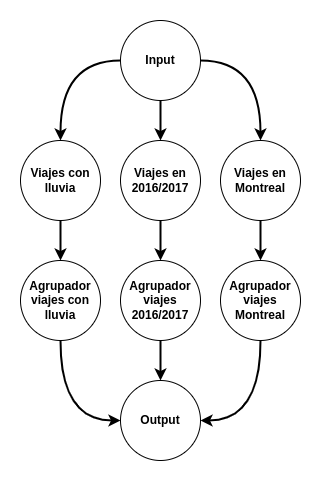
Before: informe/diagramas/DAG.png, a diagram exported from draw.io (fdelu/distribuidos-tp1). Source tidied: cells renumbered, new cells last; positions are measured from the earlier drawing's top-left corner, leaving out a move shared by most shapes.
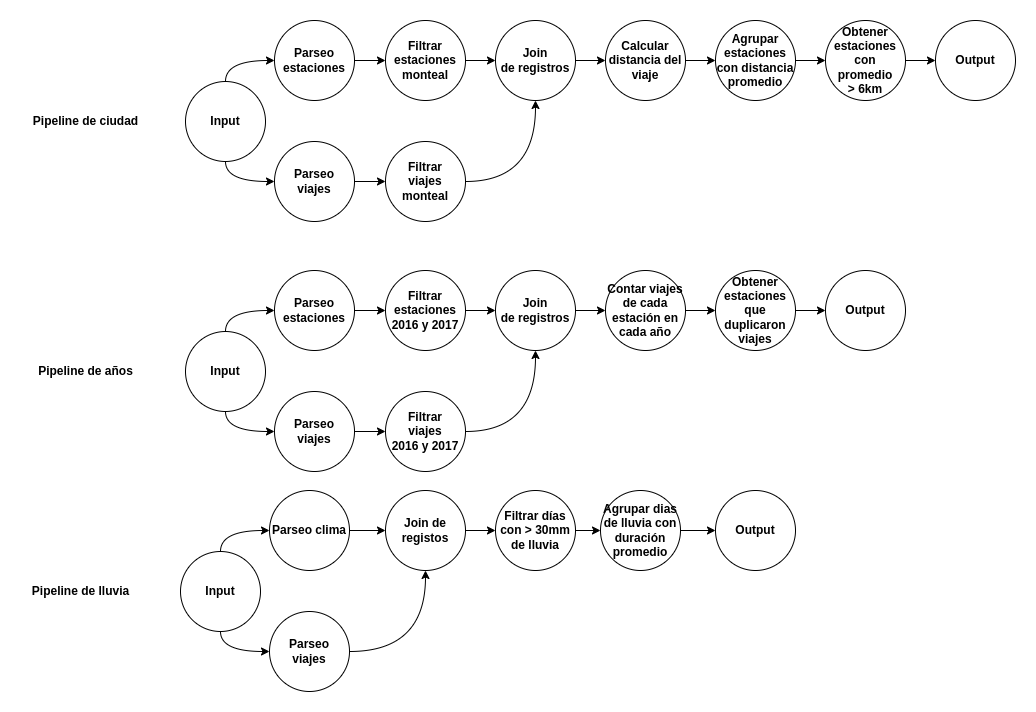
After the change.

What changed in the source:
```diff
@@ -2,56 +2,170 @@
   <root>
     <mxCell id="0" />
     <mxCell id="1" parent="0" />
-    <mxCell id="2" style="edgeStyle=orthogonalEdgeStyle;rounded=0;jettySize=auto;html=1;exitX=1;exitY=0.5;exitDx=0;exitDy=0;curved=1;strokeWidth=2;" parent="1" edge="1" source="5" target="11">
-      <mxGeometry relative="1" as="geometry" />
-    </mxCell>
-    <mxCell id="3" style="edgeStyle=orthogonalEdgeStyle;rounded=0;jettySize=auto;html=1;entryX=0.5;entryY=0;entryDx=0;entryDy=0;strokeWidth=2;curved=1;" parent="1" edge="1" source="5" target="9">
-      <mxGeometry relative="1" as="geometry" />
-    </mxCell>
-    <mxCell id="4" style="edgeStyle=orthogonalEdgeStyle;rounded=0;jettySize=auto;html=1;exitX=0;exitY=0.5;exitDx=0;exitDy=0;strokeWidth=2;curved=1;" parent="1" edge="1" source="5" target="7">
-      <mxGeometry relative="1" as="geometry" />
-    </mxCell>
-    <mxCell id="5" value="Input" style="ellipse;whiteSpace=wrap;html=1;fontStyle=1;" parent="1" vertex="1">
-      <mxGeometry x="100" width="80" height="80" as="geometry" />
-    </mxCell>
-    <mxCell id="6" style="edgeStyle=orthogonalEdgeStyle;rounded=0;jettySize=auto;html=1;strokeWidth=2;curved=1;" parent="1" edge="1" source="7" target="12">
-      <mxGeometry relative="1" as="geometry" />
-    </mxCell>
-    <mxCell id="7" value="Viajes con lluvia" style="ellipse;whiteSpace=wrap;html=1;fontStyle=1;" parent="1" vertex="1">
-      <mxGeometry y="120" width="80" height="80" as="geometry" />
-    </mxCell>
-    <mxCell id="8" style="edgeStyle=orthogonalEdgeStyle;rounded=0;jettySize=auto;html=1;strokeWidth=2;curved=1;" parent="1" edge="1" source="9" target="13">
-      <mxGeometry relative="1" as="geometry" />
-    </mxCell>
-    <mxCell id="9" value="Viajes en 2016/2017" style="ellipse;whiteSpace=wrap;html=1;fontStyle=1;" parent="1" vertex="1">
-      <mxGeometry x="100" y="120" width="80" height="80" as="geometry" />
-    </mxCell>
-    <mxCell id="10" style="edgeStyle=orthogonalEdgeStyle;rounded=0;jettySize=auto;html=1;entryX=0.5;entryY=0;entryDx=0;entryDy=0;strokeWidth=2;curved=1;" parent="1" edge="1" source="11" target="14">
-      <mxGeometry relative="1" as="geometry" />
-    </mxCell>
-    <mxCell id="11" value="Viajes en Montreal" style="ellipse;whiteSpace=wrap;html=1;fontStyle=1;" parent="1" vertex="1">
-      <mxGeometry x="200" y="120" width="80" height="80" as="geometry" />
-    </mxCell>
-    <mxCell id="12" value="Agrupador viajes con lluvia" style="ellipse;whiteSpace=wrap;html=1;fontStyle=1;" parent="1" vertex="1">
-      <mxGeometry y="240" width="80" height="80" as="geometry" />
-    </mxCell>
-    <mxCell id="13" value="Agrupador viajes 2016/2017" style="ellipse;whiteSpace=wrap;html=1;fontStyle=1;" parent="1" vertex="1">
-      <mxGeometry x="100" y="240" width="80" height="80" as="geometry" />
-    </mxCell>
-    <mxCell id="14" value="Agrupador viajes Montreal" style="ellipse;whiteSpace=wrap;html=1;fontStyle=1;" parent="1" vertex="1">
-      <mxGeometry x="200" y="240" width="80" height="80" as="geometry" />
-    </mxCell>
-    <mxCell id="15" style="edgeStyle=orthogonalEdgeStyle;rounded=0;jettySize=auto;html=1;exitX=1;exitY=0.5;exitDx=0;exitDy=0;curved=1;strokeWidth=2;entryX=0.5;entryY=1;entryDx=0;entryDy=0;startArrow=classic;startFill=1;endArrow=none;endFill=0;" parent="1" edge="1" source="18" target="14">
-      <mxGeometry relative="1" as="geometry" />
-    </mxCell>
-    <mxCell id="16" style="edgeStyle=orthogonalEdgeStyle;rounded=0;jettySize=auto;html=1;entryX=0.5;entryY=1;entryDx=0;entryDy=0;strokeWidth=2;curved=1;startArrow=classic;startFill=1;endArrow=none;endFill=0;" parent="1" edge="1" source="18" target="13">
-      <mxGeometry relative="1" as="geometry" />
-    </mxCell>
-    <mxCell id="17" style="edgeStyle=orthogonalEdgeStyle;rounded=0;jettySize=auto;html=1;exitX=0;exitY=0.5;exitDx=0;exitDy=0;strokeWidth=2;curved=1;entryX=0.5;entryY=1;entryDx=0;entryDy=0;startArrow=classic;startFill=1;endArrow=none;endFill=0;" parent="1" edge="1" source="18" target="12">
-      <mxGeometry relative="1" as="geometry" />
-    </mxCell>
-    <mxCell id="18" value="Output" style="ellipse;whiteSpace=wrap;html=1;fontStyle=1;" parent="1" vertex="1">
-      <mxGeometry x="100" y="360" width="80" height="80" as="geometry" />
-    </mxCell>
+    <mxCell id="19" style="edgeStyle=orthogonalEdgeStyle;rounded=0;jettySize=auto;html=1;exitX=0.5;exitY=0;exitDx=0;exitDy=0;entryX=0;entryY=0.5;entryDx=0;entryDy=0;curved=1;" parent="1" edge="1" source="21" target="23">
+      <mxGeometry relative="1" as="geometry" />
+    </mxCell>
+    <mxCell id="20" style="edgeStyle=orthogonalEdgeStyle;rounded=0;jettySize=auto;html=1;exitX=0.5;exitY=1;exitDx=0;exitDy=0;entryX=0;entryY=0.5;entryDx=0;entryDy=0;curved=1;" parent="1" edge="1" source="21" target="25">
+      <mxGeometry relative="1" as="geometry" />
+    </mxCell>
+    <mxCell id="21" value="Input" style="ellipse;whiteSpace=wrap;html=1;fontStyle=1;" parent="1" vertex="1">
+      <mxGeometry x="61" y="1111" width="80" height="80" as="geometry" />
+    </mxCell>
+    <mxCell id="22" style="edgeStyle=orthogonalEdgeStyle;rounded=0;jettySize=auto;html=1;entryX=0;entryY=0.5;entryDx=0;entryDy=0;" parent="1" edge="1" source="23" target="27">
+      <mxGeometry relative="1" as="geometry" />
+    </mxCell>
+    <mxCell id="23" value="Parseo estaciones" style="ellipse;whiteSpace=wrap;html=1;fontStyle=1;" parent="1" vertex="1">
+      <mxGeometry x="150" y="1050" width="80" height="80" as="geometry" />
+    </mxCell>
+    <mxCell id="24" style="edgeStyle=orthogonalEdgeStyle;rounded=0;jettySize=auto;html=1;entryX=0;entryY=0.5;entryDx=0;entryDy=0;" parent="1" edge="1" source="25" target="29">
+      <mxGeometry relative="1" as="geometry" />
+    </mxCell>
+    <mxCell id="25" value="Parseo&lt;br&gt;viajes" style="ellipse;whiteSpace=wrap;html=1;fontStyle=1;" parent="1" vertex="1">
+      <mxGeometry x="150" y="1171" width="80" height="80" as="geometry" />
+    </mxCell>
+    <mxCell id="26" style="edgeStyle=orthogonalEdgeStyle;rounded=0;jettySize=auto;html=1;entryX=0;entryY=0.5;entryDx=0;entryDy=0;" parent="1" edge="1" source="27" target="31">
+      <mxGeometry relative="1" as="geometry" />
+    </mxCell>
+    <mxCell id="27" value="Filtrar&lt;br&gt;estaciones&lt;br&gt;monteal" style="ellipse;whiteSpace=wrap;html=1;fontStyle=1;" parent="1" vertex="1">
+      <mxGeometry x="261" y="1050" width="80" height="80" as="geometry" />
+    </mxCell>
+    <mxCell id="28" style="edgeStyle=orthogonalEdgeStyle;rounded=0;jettySize=auto;html=1;entryX=0.5;entryY=1;entryDx=0;entryDy=0;curved=1;" parent="1" edge="1" source="29" target="31">
+      <mxGeometry relative="1" as="geometry" />
+    </mxCell>
+    <mxCell id="29" value="Filtrar&lt;br&gt;viajes&lt;br&gt;monteal" style="ellipse;whiteSpace=wrap;html=1;fontStyle=1;" parent="1" vertex="1">
+      <mxGeometry x="261" y="1171" width="80" height="80" as="geometry" />
+    </mxCell>
+    <mxCell id="30" style="edgeStyle=orthogonalEdgeStyle;rounded=0;jettySize=auto;html=1;entryX=0;entryY=0.5;entryDx=0;entryDy=0;" parent="1" edge="1" source="31" target="33">
+      <mxGeometry relative="1" as="geometry" />
+    </mxCell>
+    <mxCell id="31" value="Join&lt;br&gt;de registros" style="ellipse;whiteSpace=wrap;html=1;fontStyle=1;" parent="1" vertex="1">
+      <mxGeometry x="371" y="1050" width="80" height="80" as="geometry" />
+    </mxCell>
+    <mxCell id="32" style="edgeStyle=orthogonalEdgeStyle;rounded=0;jettySize=auto;html=1;" parent="1" edge="1" source="33" target="35">
+      <mxGeometry relative="1" as="geometry" />
+    </mxCell>
+    <mxCell id="33" value="Calcular distancia del viaje" style="ellipse;whiteSpace=wrap;html=1;fontStyle=1;" parent="1" vertex="1">
+      <mxGeometry x="481" y="1050" width="80" height="80" as="geometry" />
+    </mxCell>
+    <mxCell id="34" style="edgeStyle=orthogonalEdgeStyle;rounded=0;jettySize=auto;html=1;entryX=0;entryY=0.5;entryDx=0;entryDy=0;" parent="1" edge="1" source="35" target="37">
+      <mxGeometry relative="1" as="geometry" />
+    </mxCell>
+    <mxCell id="35" value="Agrupar estaciones con distancia promedio" style="ellipse;whiteSpace=wrap;html=1;fontStyle=1;" parent="1" vertex="1">
+      <mxGeometry x="591" y="1050" width="80" height="80" as="geometry" />
+    </mxCell>
+    <mxCell id="36" style="edgeStyle=orthogonalEdgeStyle;rounded=0;jettySize=auto;html=1;" parent="1" edge="1" source="37" target="38">
+      <mxGeometry relative="1" as="geometry" />
+    </mxCell>
+    <mxCell id="37" value="Obtener estaciones&lt;br&gt;con promedio&lt;br&gt;&amp;gt; 6km" style="ellipse;whiteSpace=wrap;html=1;fontStyle=1;" parent="1" vertex="1">
+      <mxGeometry x="701" y="1050" width="80" height="80" as="geometry" />
+    </mxCell>
+    <mxCell id="38" value="Output" style="ellipse;whiteSpace=wrap;html=1;fontStyle=1;" parent="1" vertex="1">
+      <mxGeometry x="811" y="1050" width="80" height="80" as="geometry" />
+    </mxCell>
+    <mxCell id="39" value="Pipeline de ciudad" style="text;html=1;align=center;verticalAlign=middle;strokeColor=none;fillColor=none;fontStyle=1;" parent="1" vertex="1">
+      <mxGeometry x="-104" y="1136" width="130" height="30" as="geometry" />
+    </mxCell>
+    <mxCell id="40" style="edgeStyle=orthogonalEdgeStyle;rounded=0;jettySize=auto;html=1;exitX=0.5;exitY=0;exitDx=0;exitDy=0;entryX=0;entryY=0.5;entryDx=0;entryDy=0;curved=1;" parent="1" edge="1" source="42" target="44">
+      <mxGeometry relative="1" as="geometry" />
+    </mxCell>
+    <mxCell id="41" style="edgeStyle=orthogonalEdgeStyle;rounded=0;jettySize=auto;html=1;exitX=0.5;exitY=1;exitDx=0;exitDy=0;entryX=0;entryY=0.5;entryDx=0;entryDy=0;curved=1;" parent="1" edge="1" source="42" target="46">
+      <mxGeometry relative="1" as="geometry" />
+    </mxCell>
+    <mxCell id="42" value="Input" style="ellipse;whiteSpace=wrap;html=1;fontStyle=1;" parent="1" vertex="1">
+      <mxGeometry x="61" y="1361" width="80" height="80" as="geometry" />
+    </mxCell>
+    <mxCell id="43" style="edgeStyle=orthogonalEdgeStyle;rounded=0;jettySize=auto;html=1;entryX=0;entryY=0.5;entryDx=0;entryDy=0;" parent="1" edge="1" source="44" target="48">
+      <mxGeometry relative="1" as="geometry" />
+    </mxCell>
+    <mxCell id="44" value="Parseo estaciones" style="ellipse;whiteSpace=wrap;html=1;fontStyle=1;" parent="1" vertex="1">
+      <mxGeometry x="150" y="1300" width="80" height="80" as="geometry" />
+    </mxCell>
+    <mxCell id="45" style="edgeStyle=orthogonalEdgeStyle;rounded=0;jettySize=auto;html=1;entryX=0;entryY=0.5;entryDx=0;entryDy=0;" parent="1" edge="1" source="46" target="50">
+      <mxGeometry relative="1" as="geometry" />
+    </mxCell>
+    <mxCell id="46" value="Parseo&lt;br&gt;viajes" style="ellipse;whiteSpace=wrap;html=1;fontStyle=1;" parent="1" vertex="1">
+      <mxGeometry x="150" y="1421" width="80" height="80" as="geometry" />
+    </mxCell>
+    <mxCell id="47" style="edgeStyle=orthogonalEdgeStyle;rounded=0;jettySize=auto;html=1;entryX=0;entryY=0.5;entryDx=0;entryDy=0;" parent="1" edge="1" source="48" target="52">
+      <mxGeometry relative="1" as="geometry" />
+    </mxCell>
+    <mxCell id="48" value="Filtrar&lt;br&gt;estaciones&lt;br&gt;2016 y 2017" style="ellipse;whiteSpace=wrap;html=1;fontStyle=1;" parent="1" vertex="1">
+      <mxGeometry x="261" y="1300" width="80" height="80" as="geometry" />
+    </mxCell>
+    <mxCell id="49" style="edgeStyle=orthogonalEdgeStyle;rounded=0;jettySize=auto;html=1;entryX=0.5;entryY=1;entryDx=0;entryDy=0;curved=1;" parent="1" edge="1" source="50" target="52">
+      <mxGeometry relative="1" as="geometry" />
+    </mxCell>
+    <mxCell id="50" value="Filtrar&lt;br&gt;viajes&lt;br&gt;2016 y 2017" style="ellipse;whiteSpace=wrap;html=1;fontStyle=1;" parent="1" vertex="1">
+      <mxGeometry x="261" y="1421" width="80" height="80" as="geometry" />
+    </mxCell>
+    <mxCell id="51" style="edgeStyle=orthogonalEdgeStyle;rounded=0;jettySize=auto;html=1;" parent="1" edge="1" source="52" target="54">
+      <mxGeometry relative="1" as="geometry" />
+    </mxCell>
+    <mxCell id="52" value="Join&lt;br&gt;de registros" style="ellipse;whiteSpace=wrap;html=1;fontStyle=1;" parent="1" vertex="1">
+      <mxGeometry x="371" y="1300" width="80" height="80" as="geometry" />
+    </mxCell>
+    <mxCell id="53" style="edgeStyle=orthogonalEdgeStyle;rounded=0;jettySize=auto;html=1;entryX=0;entryY=0.5;entryDx=0;entryDy=0;" parent="1" edge="1" source="54" target="56">
+      <mxGeometry relative="1" as="geometry" />
+    </mxCell>
+    <mxCell id="54" value="Contar viajes de cada estación en cada año" style="ellipse;whiteSpace=wrap;html=1;fontStyle=1;" parent="1" vertex="1">
+      <mxGeometry x="481" y="1300" width="80" height="80" as="geometry" />
+    </mxCell>
+    <mxCell id="55" style="edgeStyle=orthogonalEdgeStyle;rounded=0;jettySize=auto;html=1;" parent="1" edge="1" source="56" target="57">
+      <mxGeometry relative="1" as="geometry" />
+    </mxCell>
+    <mxCell id="56" value="Obtener estaciones que duplicaron viajes" style="ellipse;whiteSpace=wrap;html=1;fontStyle=1;" parent="1" vertex="1">
+      <mxGeometry x="591" y="1300" width="80" height="80" as="geometry" />
+    </mxCell>
+    <mxCell id="57" value="Output" style="ellipse;whiteSpace=wrap;html=1;fontStyle=1;" parent="1" vertex="1">
+      <mxGeometry x="701" y="1300" width="80" height="80" as="geometry" />
+    </mxCell>
+    <mxCell id="58" value="Pipeline de años" style="text;html=1;align=center;verticalAlign=middle;strokeColor=none;fillColor=none;fontStyle=1;" parent="1" vertex="1">
+      <mxGeometry x="-99" y="1386" width="120" height="30" as="geometry" />
+    </mxCell>
+    <mxCell id="59" style="edgeStyle=orthogonalEdgeStyle;rounded=0;jettySize=auto;html=1;exitX=0.5;exitY=0;exitDx=0;exitDy=0;entryX=0;entryY=0.5;entryDx=0;entryDy=0;curved=1;" parent="1" edge="1" source="61" target="63">
+      <mxGeometry relative="1" as="geometry" />
+    </mxCell>
+    <mxCell id="60" style="edgeStyle=orthogonalEdgeStyle;rounded=0;jettySize=auto;html=1;exitX=0.5;exitY=1;exitDx=0;exitDy=0;entryX=0;entryY=0.5;entryDx=0;entryDy=0;curved=1;" parent="1" edge="1" source="61" target="65">
+      <mxGeometry relative="1" as="geometry" />
+    </mxCell>
+    <mxCell id="61" value="Input" style="ellipse;whiteSpace=wrap;html=1;fontStyle=1;" parent="1" vertex="1">
+      <mxGeometry x="56" y="1581" width="80" height="80" as="geometry" />
+    </mxCell>
+    <mxCell id="62" style="edgeStyle=orthogonalEdgeStyle;rounded=0;jettySize=auto;html=1;entryX=0;entryY=0.5;entryDx=0;entryDy=0;" parent="1" edge="1" source="63" target="73">
+      <mxGeometry relative="1" as="geometry" />
+    </mxCell>
+    <mxCell id="63" value="Parseo clima" style="ellipse;whiteSpace=wrap;html=1;fontStyle=1;" parent="1" vertex="1">
+      <mxGeometry x="145" y="1520" width="80" height="80" as="geometry" />
+    </mxCell>
+    <mxCell id="64" style="edgeStyle=orthogonalEdgeStyle;rounded=0;jettySize=auto;html=1;entryX=0.5;entryY=1;entryDx=0;entryDy=0;curved=1;" parent="1" edge="1" source="65" target="73">
+      <mxGeometry relative="1" as="geometry" />
+    </mxCell>
+    <mxCell id="65" value="Parseo&lt;br&gt;viajes" style="ellipse;whiteSpace=wrap;html=1;fontStyle=1;" parent="1" vertex="1">
+      <mxGeometry x="145" y="1641" width="80" height="80" as="geometry" />
+    </mxCell>
+    <mxCell id="66" style="edgeStyle=orthogonalEdgeStyle;rounded=0;jettySize=auto;html=1;" parent="1" edge="1" source="67" target="69">
+      <mxGeometry relative="1" as="geometry" />
+    </mxCell>
+    <mxCell id="67" value="Filtrar días con &amp;gt; 30mm de lluvia" style="ellipse;whiteSpace=wrap;html=1;fontStyle=1;" parent="1" vertex="1">
+      <mxGeometry x="371" y="1520" width="80" height="80" as="geometry" />
+    </mxCell>
+    <mxCell id="68" style="edgeStyle=orthogonalEdgeStyle;rounded=0;jettySize=auto;html=1;entryX=0;entryY=0.5;entryDx=0;entryDy=0;" parent="1" edge="1" source="69" target="70">
+      <mxGeometry relative="1" as="geometry" />
+    </mxCell>
+    <mxCell id="69" value="Agrupar dias de lluvia con duración promedio" style="ellipse;whiteSpace=wrap;html=1;fontStyle=1;" parent="1" vertex="1">
+      <mxGeometry x="476" y="1520" width="80" height="80" as="geometry" />
+    </mxCell>
+    <mxCell id="70" value="Output" style="ellipse;whiteSpace=wrap;html=1;fontStyle=1;" parent="1" vertex="1">
+      <mxGeometry x="591" y="1520" width="80" height="80" as="geometry" />
+    </mxCell>
+    <mxCell id="71" value="Pipeline de lluvia" style="text;html=1;align=center;verticalAlign=middle;strokeColor=none;fillColor=none;fontStyle=1;" parent="1" vertex="1">
+      <mxGeometry x="-104" y="1606" width="120" height="30" as="geometry" />
+    </mxCell>
+    <mxCell id="72" style="edgeStyle=orthogonalEdgeStyle;rounded=0;jettySize=auto;html=1;entryX=0;entryY=0.5;entryDx=0;entryDy=0;" parent="1" edge="1" source="73" target="67">
+      <mxGeometry relative="1" as="geometry" />
+    </mxCell>
+    <mxCell id="73" value="Join de registos" style="ellipse;whiteSpace=wrap;html=1;fontStyle=1;" parent="1" vertex="1">
+      <mxGeometry x="261" y="1520" width="80" height="80" as="geometry" />
+    </mxCell>
   </root>
 </mxGraphModel>
```
